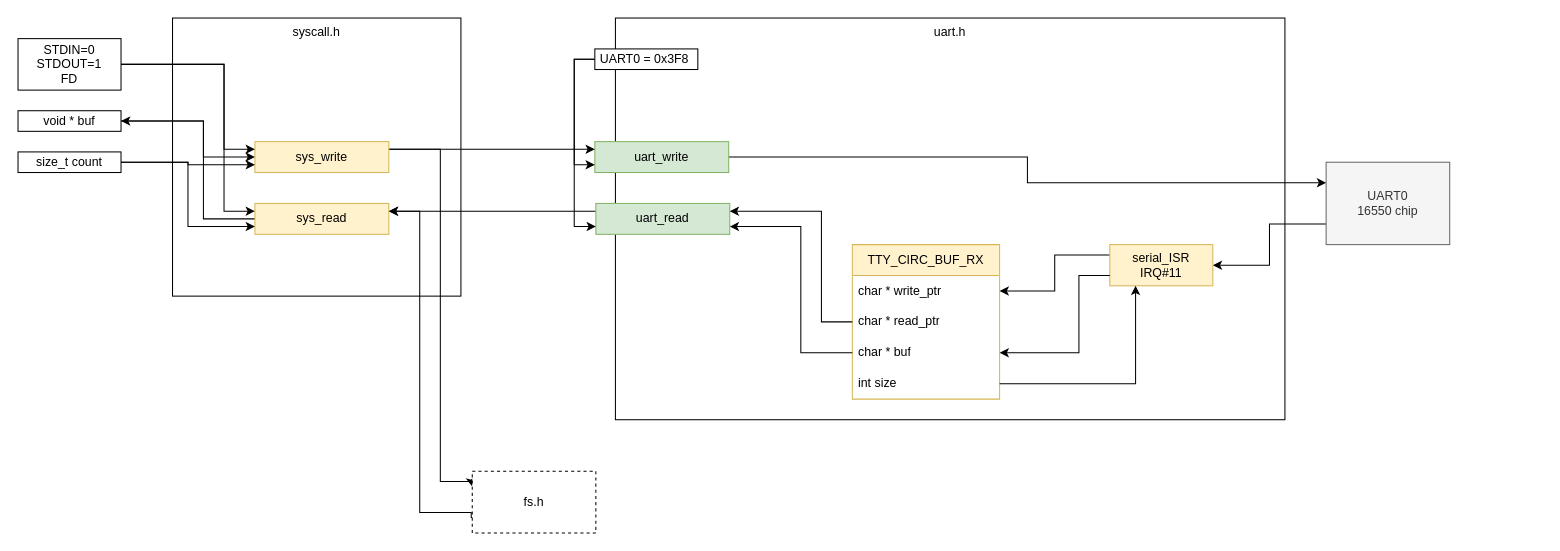
Before: page "uart.h" (2 of 2) of docs/Mkernel.drawio in davidemorazzo/MochiSoft, a draw.io diagram. Source tidied: cells renumbered, new cells numbered last; positions are measured from the earlier drawing's top-left corner, leaving out a move shared by most shapes. Both pictures are drawn from the tidied source at 103%, with x=0, y=0 at pixel (18, 18).
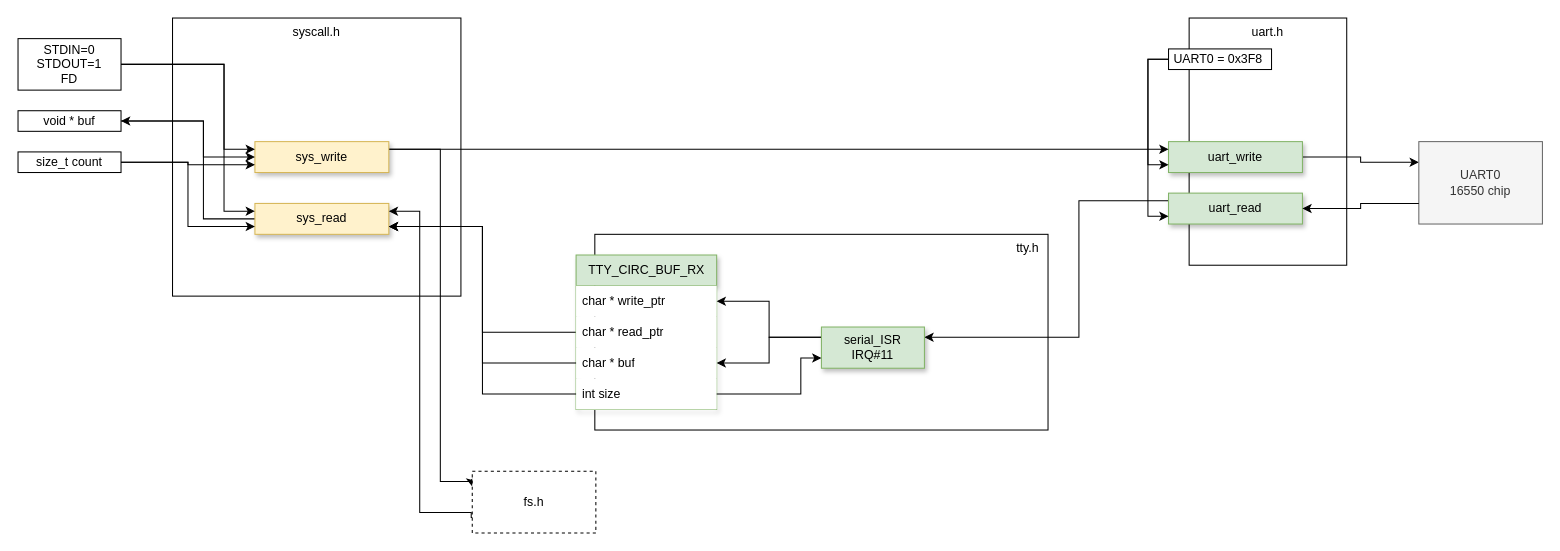
The same diagram, later.

Diff of the diagram source:
```diff
@@
+    <mxCell id="39" value="tty.h&amp;nbsp;&amp;nbsp;" style="whiteSpace=wrap;html=1;verticalAlign=top;align=right;shadow=0;" parent="1" vertex="1">
+      <mxGeometry x="560" y="210" width="440" height="190" as="geometry" />
+    </mxCell>
@@
     <mxCell id="3" value="uart.h" style="rounded=0;whiteSpace=wrap;html=1;verticalAlign=top;" parent="1" vertex="1">
-      <mxGeometry x="580" width="650" height="390" as="geometry" />
+      <mxGeometry x="1137" width="153" height="240" as="geometry" />
     </mxCell>
@@
-    <mxCell id="5" value="uart_write" style="rounded=0;whiteSpace=wrap;html=1;fillColor=#D5E8D4;strokeColor=#82b366;" parent="1" vertex="1">
-      <mxGeometry x="560" y="120" width="130" height="30" as="geometry" />
+    <mxCell id="5" value="uart_write" style="rounded=0;whiteSpace=wrap;html=1;fillColor=#d5e8d4;strokeColor=#82b366;shadow=1;glass=0;fillStyle=auto;align=center;verticalAlign=middle;fontFamily=Helvetica;fontSize=12;fontColor=default;fontStyle=0;gradientColor=none;" parent="1" vertex="1">
+      <mxGeometry x="1117" y="120" width="130" height="30" as="geometry" />
     </mxCell>
-    <mxCell id="6" style="edgeStyle=orthogonalEdgeStyle;rounded=0;jettySize=auto;html=1;exitX=0;exitY=0.25;exitDx=0;exitDy=0;entryX=1;entryY=0.25;entryDx=0;entryDy=0;" parent="1" edge="1" source="7" target="14">
-      <mxGeometry relative="1" as="geometry" />
-    </mxCell>
+    <mxCell id="40" style="edgeStyle=orthogonalEdgeStyle;rounded=0;jettySize=auto;html=1;exitX=0;exitY=0.25;exitDx=0;exitDy=0;entryX=1;entryY=0.25;entryDx=0;entryDy=0;" parent="1" edge="1" source="7" target="34">
+      <mxGeometry relative="1" as="geometry">
+        <Array as="points">
+          <mxPoint x="1030" y="177" />
+          <mxPoint x="1030" y="310" />
+        </Array>
+      </mxGeometry>
+    </mxCell>
-    <mxCell id="7" value="uart_read" style="rounded=0;whiteSpace=wrap;html=1;strokeColor=#82b366;align=center;verticalAlign=middle;fontFamily=Helvetica;fontSize=12;fontColor=default;fillColor=#D5E8D4;" parent="1" vertex="1">
-      <mxGeometry x="561" y="180" width="130" height="30" as="geometry" />
+    <mxCell id="7" value="uart_read" style="rounded=0;whiteSpace=wrap;html=1;strokeColor=#82b366;align=center;verticalAlign=middle;fontFamily=Helvetica;fontSize=12;fontColor=default;fillColor=#d5e8d4;shadow=1;glass=0;fillStyle=auto;fontStyle=0;gradientColor=none;" parent="1" vertex="1">
+      <mxGeometry x="1117" y="170" width="130" height="30" as="geometry" />
     </mxCell>
-    <mxCell id="8" style="edgeStyle=orthogonalEdgeStyle;rounded=0;jettySize=auto;html=1;exitX=0;exitY=0.75;exitDx=0;exitDy=0;entryX=1;entryY=0.5;entryDx=0;entryDy=0;" parent="1" edge="1" source="9" target="34">
-      <mxGeometry relative="1" as="geometry" />
-    </mxCell>
     <mxCell id="9" value="UART0&lt;div&gt;16550 chip&lt;/div&gt;" style="rounded=0;whiteSpace=wrap;html=1;fillColor=#f5f5f5;fontColor=#333333;strokeColor=#666666;" parent="1" vertex="1">
-      <mxGeometry x="1270" y="140" width="120" height="80" as="geometry" />
+      <mxGeometry x="1360" y="120" width="120" height="80" as="geometry" />
     </mxCell>
@@
-    <mxCell id="12" value="sys_write" style="rounded=0;whiteSpace=wrap;html=1;strokeColor=#d6b656;align=center;verticalAlign=middle;fontFamily=Helvetica;fontSize=12;fillColor=#fff2cc;" parent="1" vertex="1">
+    <mxCell id="12" value="sys_write" style="rounded=0;whiteSpace=wrap;html=1;strokeColor=#d6b656;align=center;verticalAlign=middle;fontFamily=Helvetica;fontSize=12;fillColor=#fff2cc;shadow=1;" parent="1" vertex="1">
       <mxGeometry x="230" y="120" width="130" height="30" as="geometry" />
     </mxCell>
@@
-    <mxCell id="14" value="sys_read" style="rounded=0;whiteSpace=wrap;html=1;fillColor=#fff2cc;strokeColor=#d6b656;" parent="1" vertex="1">
+    <mxCell id="14" value="sys_read" style="rounded=0;whiteSpace=wrap;html=1;fillColor=#fff2cc;strokeColor=#d6b656;shadow=1;" parent="1" vertex="1">
       <mxGeometry x="230" y="180" width="130" height="30" as="geometry" />
     </mxCell>
@@
     <mxCell id="17" value="UART0 = 0x3F8&amp;nbsp;" style="rounded=0;whiteSpace=wrap;html=1;" parent="1" vertex="1">
-      <mxGeometry x="560" y="30" width="100" height="20" as="geometry" />
+      <mxGeometry x="1117" y="30" width="100" height="20" as="geometry" />
     </mxCell>
@@
+    <mxCell id="41" style="edgeStyle=orthogonalEdgeStyle;rounded=0;jettySize=auto;html=1;exitX=0;exitY=0.5;exitDx=0;exitDy=0;entryX=1;entryY=0.75;entryDx=0;entryDy=0;" parent="1" edge="1" source="28" target="14">
+      <mxGeometry relative="1" as="geometry" />
+    </mxCell>
-    <mxCell id="28" value="TTY_CIRC_BUF_RX" style="swimlane;fontStyle=0;horizontal=1;startSize=30;whiteSpace=wrap;html=1;fillColor=#fff2cc;strokeColor=#d6b656;" parent="1" vertex="1">
-      <mxGeometry x="810" y="220" width="143" height="150" as="geometry" />
+    <mxCell id="28" value="TTY_CIRC_BUF_RX" style="swimlane;fontStyle=0;horizontal=1;startSize=30;whiteSpace=wrap;html=1;fillColor=#d5e8d4;strokeColor=#82b366;glass=0;fillStyle=auto;gradientColor=none;shadow=1;" parent="1" vertex="1">
+      <mxGeometry x="541.8" y="230" width="136.5" height="150" as="geometry" />
     </mxCell>
-    <mxCell id="29" value="char * write_ptr" style="text;strokeColor=none;fillColor=none;align=left;verticalAlign=middle;spacingLeft=4;spacingRight=4;overflow=hidden;points=[[0,0.5],[1,0.5]];portConstraint=eastwest;whiteSpace=wrap;html=1;" parent="28" vertex="1">
-      <mxGeometry y="30" width="143" height="30" as="geometry" />
+    <mxCell id="29" value="char * write_ptr" style="text;strokeColor=none;fillColor=default;align=left;verticalAlign=middle;spacingLeft=4;spacingRight=4;overflow=hidden;points=[[0,0.5],[1,0.5]];portConstraint=eastwest;whiteSpace=wrap;html=1;" parent="28" vertex="1">
+      <mxGeometry y="30" width="136.5" height="30" as="geometry" />
     </mxCell>
-    <mxCell id="30" value="char * read_ptr" style="text;strokeColor=none;fillColor=none;align=left;verticalAlign=middle;spacingLeft=4;spacingRight=4;overflow=hidden;points=[[0,0.5],[1,0.5]];portConstraint=eastwest;whiteSpace=wrap;html=1;" parent="28" vertex="1">
-      <mxGeometry y="60" width="143" height="30" as="geometry" />
+    <mxCell id="30" value="char * read_ptr" style="text;strokeColor=none;fillColor=default;align=left;verticalAlign=middle;spacingLeft=4;spacingRight=4;overflow=hidden;points=[[0,0.5],[1,0.5]];portConstraint=eastwest;whiteSpace=wrap;html=1;" parent="28" vertex="1">
+      <mxGeometry y="60" width="136.5" height="30" as="geometry" />
     </mxCell>
-    <mxCell id="31" value="char * buf" style="text;strokeColor=none;fillColor=none;align=left;verticalAlign=middle;spacingLeft=4;spacingRight=4;overflow=hidden;points=[[0,0.5],[1,0.5]];portConstraint=eastwest;whiteSpace=wrap;html=1;" parent="28" vertex="1">
-      <mxGeometry y="90" width="143" height="30" as="geometry" />
+    <mxCell id="31" value="char * buf" style="text;strokeColor=none;fillColor=default;align=left;verticalAlign=middle;spacingLeft=4;spacingRight=4;overflow=hidden;points=[[0,0.5],[1,0.5]];portConstraint=eastwest;whiteSpace=wrap;html=1;" parent="28" vertex="1">
+      <mxGeometry y="90" width="136.5" height="30" as="geometry" />
     </mxCell>
-    <mxCell id="32" value="int size" style="text;strokeColor=none;fillColor=none;align=left;verticalAlign=middle;spacingLeft=4;spacingRight=4;overflow=hidden;points=[[0,0.5],[1,0.5]];portConstraint=eastwest;whiteSpace=wrap;html=1;" parent="28" vertex="1">
-      <mxGeometry y="120" width="143" height="30" as="geometry" />
+    <mxCell id="32" value="int size" style="text;strokeColor=none;fillColor=default;align=left;verticalAlign=middle;spacingLeft=4;spacingRight=4;overflow=hidden;points=[[0,0.5],[1,0.5]];portConstraint=eastwest;whiteSpace=wrap;html=1;" parent="28" vertex="1">
+      <mxGeometry y="120" width="136.5" height="30" as="geometry" />
     </mxCell>
+    <mxCell id="35" style="edgeStyle=orthogonalEdgeStyle;rounded=0;jettySize=auto;html=1;exitX=0;exitY=0.25;exitDx=0;exitDy=0;entryX=1;entryY=0.5;entryDx=0;entryDy=0;" parent="1" edge="1" source="34" target="31">
+      <mxGeometry relative="1" as="geometry" />
+    </mxCell>
@@
-    <mxCell id="34" value="serial_ISR&lt;div&gt;IRQ#11&lt;/div&gt;" style="rounded=0;whiteSpace=wrap;html=1;fillColor=#fff2cc;strokeColor=#d6b656;" parent="1" vertex="1">
-      <mxGeometry x="1060" y="220" width="100" height="40" as="geometry" />
+    <mxCell id="34" value="serial_ISR&lt;div&gt;IRQ#11&lt;/div&gt;" style="rounded=0;whiteSpace=wrap;html=1;fillColor=#d5e8d4;strokeColor=#82b366;shadow=1;glass=0;fillStyle=auto;align=center;verticalAlign=middle;fontFamily=Helvetica;fontSize=12;fontColor=default;fontStyle=0;gradientColor=none;" parent="1" vertex="1">
+      <mxGeometry x="780" y="300" width="100" height="40" as="geometry" />
     </mxCell>
-    <mxCell id="35" style="edgeStyle=orthogonalEdgeStyle;rounded=0;jettySize=auto;html=1;exitX=0;exitY=0.75;exitDx=0;exitDy=0;entryX=1;entryY=0.5;entryDx=0;entryDy=0;" parent="1" edge="1" source="34" target="31">
-      <mxGeometry relative="1" as="geometry">
-        <Array as="points">
-          <mxPoint x="1030" y="250" />
-          <mxPoint x="1030" y="325" />
-        </Array>
-      </mxGeometry>
-    </mxCell>
-    <mxCell id="36" style="edgeStyle=orthogonalEdgeStyle;rounded=0;jettySize=auto;html=1;exitX=0;exitY=0.5;exitDx=0;exitDy=0;entryX=1;entryY=0.25;entryDx=0;entryDy=0;" parent="1" edge="1" source="30" target="7">
-      <mxGeometry relative="1" as="geometry">
-        <Array as="points">
-          <mxPoint x="780" y="295" />
-          <mxPoint x="780" y="188" />
-        </Array>
-      </mxGeometry>
-    </mxCell>
-    <mxCell id="37" style="edgeStyle=orthogonalEdgeStyle;rounded=0;jettySize=auto;html=1;exitX=0;exitY=0.5;exitDx=0;exitDy=0;entryX=1;entryY=0.75;entryDx=0;entryDy=0;" parent="1" edge="1" source="31" target="7">
-      <mxGeometry relative="1" as="geometry">
-        <Array as="points">
-          <mxPoint x="760" y="325" />
-          <mxPoint x="760" y="203" />
-        </Array>
-      </mxGeometry>
-    </mxCell>
+    <mxCell id="42" style="edgeStyle=orthogonalEdgeStyle;rounded=0;jettySize=auto;html=1;exitX=0;exitY=0.5;exitDx=0;exitDy=0;entryX=1;entryY=0.75;entryDx=0;entryDy=0;" parent="1" edge="1" source="31" target="14">
+      <mxGeometry relative="1" as="geometry" />
+    </mxCell>
+    <mxCell id="43" style="edgeStyle=orthogonalEdgeStyle;rounded=0;jettySize=auto;html=1;exitX=0;exitY=0.5;exitDx=0;exitDy=0;entryX=1;entryY=0.75;entryDx=0;entryDy=0;" parent="1" edge="1" source="32" target="14">
+      <mxGeometry relative="1" as="geometry" />
+    </mxCell>
-    <mxCell id="38" style="edgeStyle=orthogonalEdgeStyle;rounded=0;jettySize=auto;html=1;exitX=1;exitY=0.5;exitDx=0;exitDy=0;entryX=0.25;entryY=1;entryDx=0;entryDy=0;" parent="1" edge="1" source="32" target="34">
-      <mxGeometry relative="1" as="geometry" />
+    <mxCell id="38" style="edgeStyle=orthogonalEdgeStyle;rounded=0;jettySize=auto;html=1;exitX=1;exitY=0.5;exitDx=0;exitDy=0;entryX=0;entryY=0.75;entryDx=0;entryDy=0;" parent="1" edge="1" source="32" target="34">
+      <mxGeometry relative="1" as="geometry">
+        <Array as="points">
+          <mxPoint x="760" y="365" />
+          <mxPoint x="760" y="330" />
+        </Array>
+      </mxGeometry>
     </mxCell>
+    <mxCell id="8" style="edgeStyle=orthogonalEdgeStyle;rounded=0;jettySize=auto;html=1;exitX=0;exitY=0.75;exitDx=0;exitDy=0;entryX=1;entryY=0.5;entryDx=0;entryDy=0;" parent="1" edge="1" source="9" target="7">
+      <mxGeometry relative="1" as="geometry" />
+    </mxCell>
```
